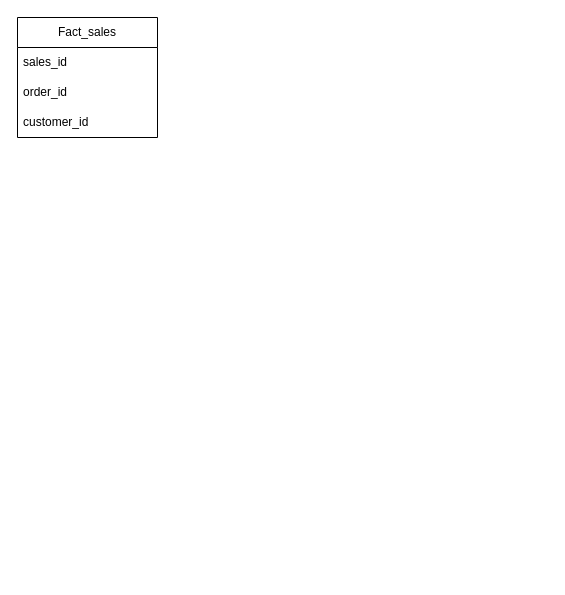
This is adventure/dbt_project_erd_diagram.drawio from NazraJN/dbt-project, a draw.io file, before an edit. Source tidied: cells renumbered, new cells numbered last; positions are measured from the earlier drawing's top-left corner, leaving out a move shared by most shapes. Both pictures are drawn from the tidied source at 100%, with x=0, y=0 at pixel (17, 17).
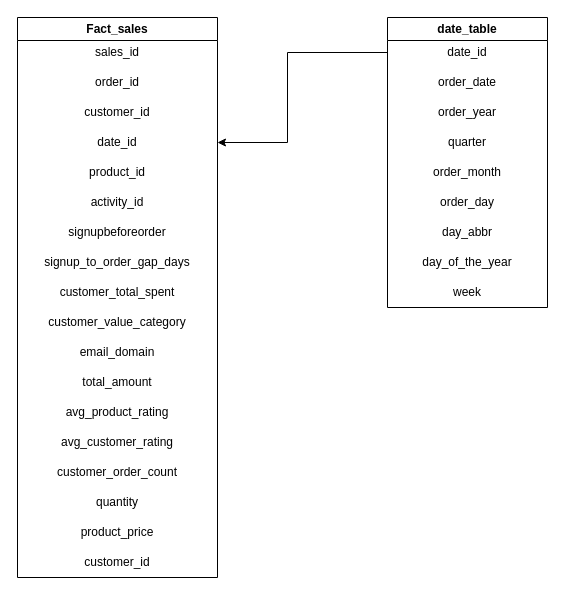
The same page after the edit.

Change to the diagram source:
```diff
@@
-    <mxCell id="2" value="Fact_sales" style="swimlane;fontStyle=0;horizontal=1;startSize=30;whiteSpace=wrap;html=1;" parent="1" vertex="1">
-      <mxGeometry width="140" height="120" as="geometry" />
+    <mxCell id="2" value="Fact_sales" style="swimlane;whiteSpace=wrap;html=1;" parent="1" vertex="1">
+      <mxGeometry width="200" height="560" as="geometry" />
     </mxCell>
-    <mxCell id="3" value="sales_id" style="text;strokeColor=none;fillColor=none;align=left;verticalAlign=middle;spacingLeft=4;spacingRight=4;overflow=hidden;whiteSpace=wrap;html=1;" parent="2" vertex="1">
-      <mxGeometry y="30" width="140" height="30" as="geometry" />
+    <mxCell id="3" value="sales_id" style="text;html=1;whiteSpace=wrap;strokeColor=none;fillColor=none;align=center;verticalAlign=middle;rounded=0;" parent="2" vertex="1">
+      <mxGeometry y="20" width="200" height="30" as="geometry" />
     </mxCell>
-    <mxCell id="4" value="order_id" style="text;strokeColor=none;fillColor=none;align=left;verticalAlign=middle;spacingLeft=4;spacingRight=4;overflow=hidden;whiteSpace=wrap;html=1;" parent="2" vertex="1">
-      <mxGeometry y="60" width="140" height="30" as="geometry" />
+    <mxCell id="4" value="order_id" style="text;html=1;whiteSpace=wrap;strokeColor=none;fillColor=none;align=center;verticalAlign=middle;rounded=0;" parent="2" vertex="1">
+      <mxGeometry y="50" width="200" height="30" as="geometry" />
     </mxCell>
-    <mxCell id="5" value="customer_id" style="text;strokeColor=none;fillColor=none;align=left;verticalAlign=middle;spacingLeft=4;spacingRight=4;overflow=hidden;whiteSpace=wrap;html=1;" parent="2" vertex="1">
-      <mxGeometry y="90" width="140" height="30" as="geometry" />
-    </mxCell>
+    <mxCell id="6" value="customer_id" style="text;html=1;whiteSpace=wrap;strokeColor=none;fillColor=none;align=center;verticalAlign=middle;rounded=0;" parent="2" vertex="1">
+      <mxGeometry y="80" width="200" height="30" as="geometry" />
+    </mxCell>
+    <mxCell id="7" value="date_id" style="text;html=1;whiteSpace=wrap;strokeColor=none;fillColor=none;align=center;verticalAlign=middle;rounded=0;" parent="2" vertex="1">
+      <mxGeometry y="110" width="200" height="30" as="geometry" />
+    </mxCell>
+    <mxCell id="8" value="product_id" style="text;html=1;whiteSpace=wrap;strokeColor=none;fillColor=none;align=center;verticalAlign=middle;rounded=0;" parent="2" vertex="1">
+      <mxGeometry y="140" width="200" height="30" as="geometry" />
+    </mxCell>
+    <mxCell id="9" value="activity_id" style="text;html=1;whiteSpace=wrap;strokeColor=none;fillColor=none;align=center;verticalAlign=middle;rounded=0;" parent="2" vertex="1">
+      <mxGeometry y="170" width="200" height="30" as="geometry" />
+    </mxCell>
+    <mxCell id="10" value="signupbeforeorder" style="text;html=1;whiteSpace=wrap;strokeColor=none;fillColor=none;align=center;verticalAlign=middle;rounded=0;" parent="2" vertex="1">
+      <mxGeometry y="200" width="200" height="30" as="geometry" />
+    </mxCell>
+    <mxCell id="11" value="signup_to_order_gap_days" style="text;html=1;whiteSpace=wrap;strokeColor=none;fillColor=none;align=center;verticalAlign=middle;rounded=0;" parent="2" vertex="1">
+      <mxGeometry y="230" width="200" height="30" as="geometry" />
+    </mxCell>
+    <mxCell id="12" value="customer_total_spent" style="text;html=1;whiteSpace=wrap;strokeColor=none;fillColor=none;align=center;verticalAlign=middle;rounded=0;" parent="2" vertex="1">
+      <mxGeometry y="260" width="200" height="30" as="geometry" />
+    </mxCell>
+    <mxCell id="13" value="customer_value_category" style="text;html=1;whiteSpace=wrap;strokeColor=none;fillColor=none;align=center;verticalAlign=middle;rounded=0;" parent="2" vertex="1">
+      <mxGeometry y="290" width="200" height="30" as="geometry" />
+    </mxCell>
+    <mxCell id="14" value="email_domain" style="text;html=1;whiteSpace=wrap;strokeColor=none;fillColor=none;align=center;verticalAlign=middle;rounded=0;" parent="2" vertex="1">
+      <mxGeometry y="320" width="200" height="30" as="geometry" />
+    </mxCell>
+    <mxCell id="15" value="total_amount" style="text;html=1;whiteSpace=wrap;strokeColor=none;fillColor=none;align=center;verticalAlign=middle;rounded=0;" parent="2" vertex="1">
+      <mxGeometry y="350" width="200" height="30" as="geometry" />
+    </mxCell>
+    <mxCell id="16" value="avg_product_rating" style="text;html=1;whiteSpace=wrap;strokeColor=none;fillColor=none;align=center;verticalAlign=middle;rounded=0;" parent="2" vertex="1">
+      <mxGeometry y="380" width="200" height="30" as="geometry" />
+    </mxCell>
+    <mxCell id="17" value="avg_customer_rating" style="text;html=1;whiteSpace=wrap;strokeColor=none;fillColor=none;align=center;verticalAlign=middle;rounded=0;" parent="2" vertex="1">
+      <mxGeometry y="410" width="200" height="30" as="geometry" />
+    </mxCell>
+    <mxCell id="18" value="customer_order_count" style="text;html=1;whiteSpace=wrap;strokeColor=none;fillColor=none;align=center;verticalAlign=middle;rounded=0;" parent="2" vertex="1">
+      <mxGeometry y="440" width="200" height="30" as="geometry" />
+    </mxCell>
+    <mxCell id="19" value="product_price" style="text;html=1;whiteSpace=wrap;strokeColor=none;fillColor=none;align=center;verticalAlign=middle;rounded=0;" parent="2" vertex="1">
+      <mxGeometry y="500" width="200" height="30" as="geometry" />
+    </mxCell>
+    <mxCell id="20" value="customer_id" style="text;html=1;whiteSpace=wrap;strokeColor=none;fillColor=none;align=center;verticalAlign=middle;rounded=0;" parent="2" vertex="1">
+      <mxGeometry y="530" width="200" height="30" as="geometry" />
+    </mxCell>
+    <mxCell id="21" value="quantity" style="text;html=1;whiteSpace=wrap;strokeColor=none;fillColor=none;align=center;verticalAlign=middle;rounded=0;" parent="2" vertex="1">
+      <mxGeometry y="470" width="200" height="30" as="geometry" />
+    </mxCell>
+    <mxCell id="22" value="date_table" style="swimlane;whiteSpace=wrap;html=1;" parent="1" vertex="1">
+      <mxGeometry x="370" width="160" height="290" as="geometry" />
+    </mxCell>
+    <mxCell id="23" value="date_id" style="text;html=1;whiteSpace=wrap;strokeColor=none;fillColor=none;align=center;verticalAlign=middle;rounded=0;" parent="22" vertex="1">
+      <mxGeometry y="20" width="160" height="30" as="geometry" />
+    </mxCell>
+    <mxCell id="24" value="order_date" style="text;html=1;whiteSpace=wrap;strokeColor=none;fillColor=none;align=center;verticalAlign=middle;rounded=0;" parent="22" vertex="1">
+      <mxGeometry y="50" width="160" height="30" as="geometry" />
+    </mxCell>
+    <mxCell id="25" value="order_year" style="text;html=1;whiteSpace=wrap;strokeColor=none;fillColor=none;align=center;verticalAlign=middle;rounded=0;" parent="22" vertex="1">
+      <mxGeometry y="80" width="160" height="30" as="geometry" />
+    </mxCell>
+    <mxCell id="26" value="quarter" style="text;html=1;whiteSpace=wrap;strokeColor=none;fillColor=none;align=center;verticalAlign=middle;rounded=0;" parent="22" vertex="1">
+      <mxGeometry y="110" width="160" height="30" as="geometry" />
+    </mxCell>
+    <mxCell id="27" value="order_month" style="text;html=1;whiteSpace=wrap;strokeColor=none;fillColor=none;align=center;verticalAlign=middle;rounded=0;" parent="22" vertex="1">
+      <mxGeometry y="140" width="160" height="30" as="geometry" />
+    </mxCell>
+    <mxCell id="28" value="order_day" style="text;html=1;whiteSpace=wrap;strokeColor=none;fillColor=none;align=center;verticalAlign=middle;rounded=0;" parent="22" vertex="1">
+      <mxGeometry y="170" width="160" height="30" as="geometry" />
+    </mxCell>
+    <mxCell id="29" value="day_abbr" style="text;html=1;whiteSpace=wrap;strokeColor=none;fillColor=none;align=center;verticalAlign=middle;rounded=0;" parent="22" vertex="1">
+      <mxGeometry y="200" width="160" height="30" as="geometry" />
+    </mxCell>
+    <mxCell id="30" value="day_of_the_year" style="text;html=1;whiteSpace=wrap;strokeColor=none;fillColor=none;align=center;verticalAlign=middle;rounded=0;" parent="22" vertex="1">
+      <mxGeometry y="230" width="160" height="30" as="geometry" />
+    </mxCell>
+    <mxCell id="31" value="week" style="text;html=1;whiteSpace=wrap;strokeColor=none;fillColor=none;align=center;verticalAlign=middle;rounded=0;" parent="22" vertex="1">
+      <mxGeometry y="260" width="160" height="30" as="geometry" />
+    </mxCell>
+    <mxCell id="32" style="edgeStyle=orthogonalEdgeStyle;rounded=0;jettySize=auto;html=1;exitX=0;exitY=0.5;exitDx=0;exitDy=0;entryX=1;entryY=0.5;entryDx=0;entryDy=0;" parent="1" edge="1" source="23" target="7">
+      <mxGeometry relative="1" as="geometry">
+        <Array as="points">
+          <mxPoint x="270" y="35" />
+          <mxPoint x="270" y="125" />
+        </Array>
+      </mxGeometry>
+    </mxCell>
```
